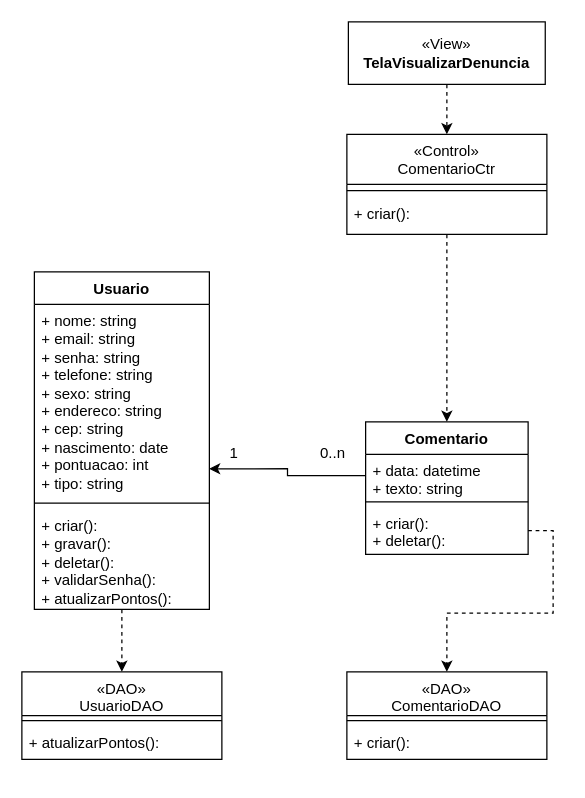
The draw.io diagram Documentação/Diagramas/Diagramas de Casos de Uso/Diagrama de Caso de Uso Comentar.drawio in frsouzaa/Documentacao-TCC-NossaVia, before the edit. Source tidied: cells renumbered, new cells numbered last; positions are measured from the earlier drawing's top-left corner, leaving out a move shared by most shapes. Both pictures are drawn from the tidied source at 125%, with x=0, y=0 at pixel (21, 21).
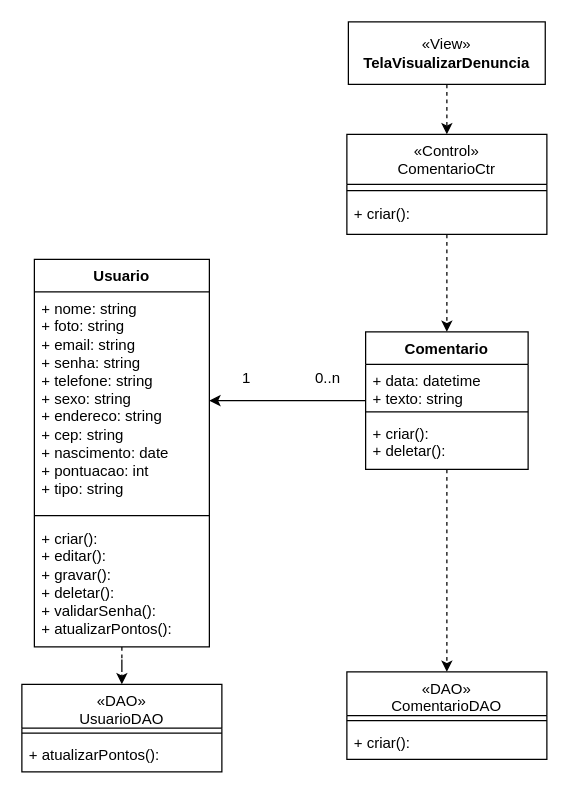
After the change.

Commit message:
Atualização Usuário e posições  Diagrama de Caso de Uso Comentar.drawio

The change refers to these unchanged cells:
```xml
<mxCell id="20" value="«DAO»&#10;ComentarioDAO&#10;" style="swimlane;fontStyle=0;align=center;verticalAlign=top;horizontal=1;startSize=35;rounded=0;shadow=0;strokeWidth=1;" parent="1" vertex="1">
  <mxGeometry x="260" y="520" width="160" height="70" as="geometry" />
</mxCell>
<mxCell id="24" value="+ data: datetime&lt;br&gt;+ texto: string" style="text;strokeColor=none;fillColor=none;align=left;verticalAlign=top;spacingLeft=4;spacingRight=4;overflow=hidden;points=[[0,0.5],[1,0.5]];portConstraint=eastwest;whiteSpace=wrap;html=1;" parent="23" vertex="1">
  <mxGeometry y="26" width="130" height="34" as="geometry" />
</mxCell>
```

The edit, as a diff of the source:
```diff
@@
     <mxCell id="9" value="Usuario" style="swimlane;fontStyle=1;align=center;verticalAlign=top;horizontal=1;startSize=26;whiteSpace=wrap;html=1;" parent="1" vertex="1">
-      <mxGeometry x="10" y="200" width="140" height="270" as="geometry" />
+      <mxGeometry x="10" y="190" width="140" height="310" as="geometry" />
     </mxCell>
-    <mxCell id="10" value="+ nome: string&lt;div&gt;+ email: string&lt;div&gt;+ senha: string&lt;/div&gt;&lt;div&gt;+ telefone: string&lt;/div&gt;&lt;div&gt;+ sexo: string&lt;/div&gt;&lt;div&gt;&lt;div&gt;+ endereco: string&lt;/div&gt;&lt;div&gt;+ cep: string&lt;/div&gt;&lt;div&gt;+ nascimento: date&lt;/div&gt;&lt;div&gt;+ pontuacao: int&lt;/div&gt;&lt;div&gt;+ tipo&lt;span style=&quot;background-color: initial;&quot;&gt;: string&amp;nbsp;&lt;/span&gt;&lt;/div&gt;&lt;/div&gt;&lt;/div&gt;" style="text;strokeColor=none;fillColor=none;align=left;verticalAlign=top;spacingLeft=4;spacingRight=4;overflow=hidden;points=[[0,0.5],[1,0.5]];portConstraint=eastwest;whiteSpace=wrap;html=1;" parent="9" vertex="1">
-      <mxGeometry y="26" width="140" height="154" as="geometry" />
+    <mxCell id="10" value="+ nome: string&lt;div&gt;+ foto: string&lt;br&gt;&lt;div&gt;+ email: string&lt;div&gt;+ senha: string&lt;/div&gt;&lt;div&gt;+ telefone: string&lt;/div&gt;&lt;div&gt;+ sexo: string&lt;/div&gt;&lt;div&gt;&lt;div&gt;+ endereco: string&lt;/div&gt;&lt;div&gt;+ cep: string&lt;/div&gt;&lt;div&gt;+ nascimento: date&lt;/div&gt;&lt;div&gt;+ pontuacao: int&lt;/div&gt;&lt;div&gt;+ tipo&lt;span style=&quot;background-color: initial;&quot;&gt;: string&amp;nbsp;&lt;/span&gt;&lt;/div&gt;&lt;/div&gt;&lt;/div&gt;&lt;/div&gt;" style="text;strokeColor=none;fillColor=none;align=left;verticalAlign=top;spacingLeft=4;spacingRight=4;overflow=hidden;points=[[0,0.5],[1,0.5]];portConstraint=eastwest;whiteSpace=wrap;html=1;" parent="9" vertex="1">
+      <mxGeometry y="26" width="140" height="174" as="geometry" />
     </mxCell>
     <mxCell id="11" style="line;strokeWidth=1;fillColor=none;align=left;verticalAlign=middle;spacingTop=-1;spacingLeft=3;spacingRight=3;labelPosition=right;strokeColor=inherit;" parent="9" vertex="1">
-      <mxGeometry y="180" width="140" height="10" as="geometry" />
+      <mxGeometry y="200" width="140" height="10" as="geometry" />
     </mxCell>
-    <mxCell id="12" value="&lt;div&gt;&lt;span style=&quot;background-color: initial;&quot;&gt;+ criar():&amp;nbsp;&lt;/span&gt;&lt;br&gt;&lt;/div&gt;&lt;div&gt;&lt;span style=&quot;background-color: initial;&quot;&gt;+ gravar():&lt;/span&gt;&lt;/div&gt;&lt;div&gt;+ deletar():&amp;nbsp;&lt;span style=&quot;background-color: initial;&quot;&gt;&lt;br&gt;&lt;/span&gt;&lt;/div&gt;&lt;div&gt;+ validarSenha():&lt;br&gt;&lt;/div&gt;&lt;div&gt;+ atualizarPontos():&lt;/div&gt;" style="text;strokeColor=none;fillColor=none;align=left;verticalAlign=top;spacingLeft=4;spacingRight=4;overflow=hidden;whiteSpace=wrap;html=1;" parent="9" vertex="1">
-      <mxGeometry y="190" width="140" height="80" as="geometry" />
+    <mxCell id="12" value="&lt;div&gt;&lt;span style=&quot;background-color: initial;&quot;&gt;+ criar():&amp;nbsp;&lt;/span&gt;&lt;br&gt;&lt;/div&gt;&lt;div&gt;&lt;span style=&quot;background-color: initial;&quot;&gt;+ editar():&lt;/span&gt;&lt;/div&gt;&lt;div&gt;&lt;span style=&quot;background-color: initial;&quot;&gt;+ gravar():&lt;/span&gt;&lt;/div&gt;&lt;div&gt;+ deletar():&amp;nbsp;&lt;span style=&quot;background-color: initial;&quot;&gt;&lt;br&gt;&lt;/span&gt;&lt;/div&gt;&lt;div&gt;+ validarSenha():&lt;br&gt;&lt;/div&gt;&lt;div&gt;+ atualizarPontos():&lt;/div&gt;" style="text;strokeColor=none;fillColor=none;align=left;verticalAlign=top;spacingLeft=4;spacingRight=4;overflow=hidden;whiteSpace=wrap;html=1;" parent="9" vertex="1">
+      <mxGeometry y="210" width="140" height="100" as="geometry" />
     </mxCell>
-    <mxCell id="13" style="edgeStyle=orthogonalEdgeStyle;rounded=0;jettySize=auto;html=1;entryX=0.5;entryY=0;entryDx=0;entryDy=0;dashed=1;exitX=1;exitY=0.5;exitDx=0;exitDy=0;" parent="1" edge="1" source="26" target="20">
+    <mxCell id="13" style="edgeStyle=orthogonalEdgeStyle;rounded=0;jettySize=auto;html=1;entryX=0.5;entryY=0;entryDx=0;entryDy=0;dashed=1;exitX=0.5;exitY=1;exitDx=0;exitDy=0;" parent="1" edge="1" source="23" target="20">
       <mxGeometry relative="1" as="geometry" />
     </mxCell>
     <mxCell id="14" value="0..n" style="text;html=1;align=center;verticalAlign=middle;whiteSpace=wrap;rounded=0;" parent="1" vertex="1">
-      <mxGeometry x="218.5" y="330" width="60" height="30" as="geometry" />
+      <mxGeometry x="215" y="270" width="60" height="30" as="geometry" />
     </mxCell>
     <mxCell id="15" value="1" style="text;html=1;align=center;verticalAlign=middle;whiteSpace=wrap;rounded=0;" parent="1" vertex="1">
-      <mxGeometry x="140" y="330" width="60" height="30" as="geometry" />
+      <mxGeometry x="150" y="270" width="60" height="30" as="geometry" />
     </mxCell>
-    <mxCell id="16" style="edgeStyle=orthogonalEdgeStyle;rounded=0;jettySize=auto;html=1;entryX=0.998;entryY=0.854;entryDx=0;entryDy=0;entryPerimeter=0;exitX=0;exitY=0.5;exitDx=0;exitDy=0;" parent="1" edge="1" source="24" target="10">
+    <mxCell id="16" style="edgeStyle=orthogonalEdgeStyle;rounded=0;jettySize=auto;html=1;entryX=1;entryY=0.5;entryDx=0;entryDy=0;exitX=0;exitY=0.5;exitDx=0;exitDy=0;" parent="1" edge="1" source="23" target="10">
       <mxGeometry relative="1" as="geometry" />
     </mxCell>
     <mxCell id="17" value="«DAO»&#10;UsuarioDAO&#10;" style="swimlane;fontStyle=0;align=center;verticalAlign=top;horizontal=1;startSize=35;rounded=0;shadow=0;strokeWidth=1;" parent="1" vertex="1">
-      <mxGeometry y="520" width="160" height="70" as="geometry" />
+      <mxGeometry y="530" width="160" height="70" as="geometry" />
     </mxCell>
@@
     <mxCell id="23" value="Comentario" style="swimlane;fontStyle=1;align=center;verticalAlign=top;horizontal=1;startSize=26;whiteSpace=wrap;html=1;" parent="1" vertex="1">
-      <mxGeometry x="275" y="320" width="130" height="106" as="geometry" />
+      <mxGeometry x="275" y="248" width="130" height="110" as="geometry" />
     </mxCell>
@@
     <mxCell id="26" value="+ criar():&#10;+ deletar(): " style="text;align=left;verticalAlign=top;spacingLeft=4;spacingRight=4;overflow=hidden;points=[[0,0.5],[1,0.5]];portConstraint=eastwest;" parent="23" vertex="1">
-      <mxGeometry y="68" width="130" height="38" as="geometry" />
+      <mxGeometry y="68" width="130" height="42" as="geometry" />
     </mxCell>
```
